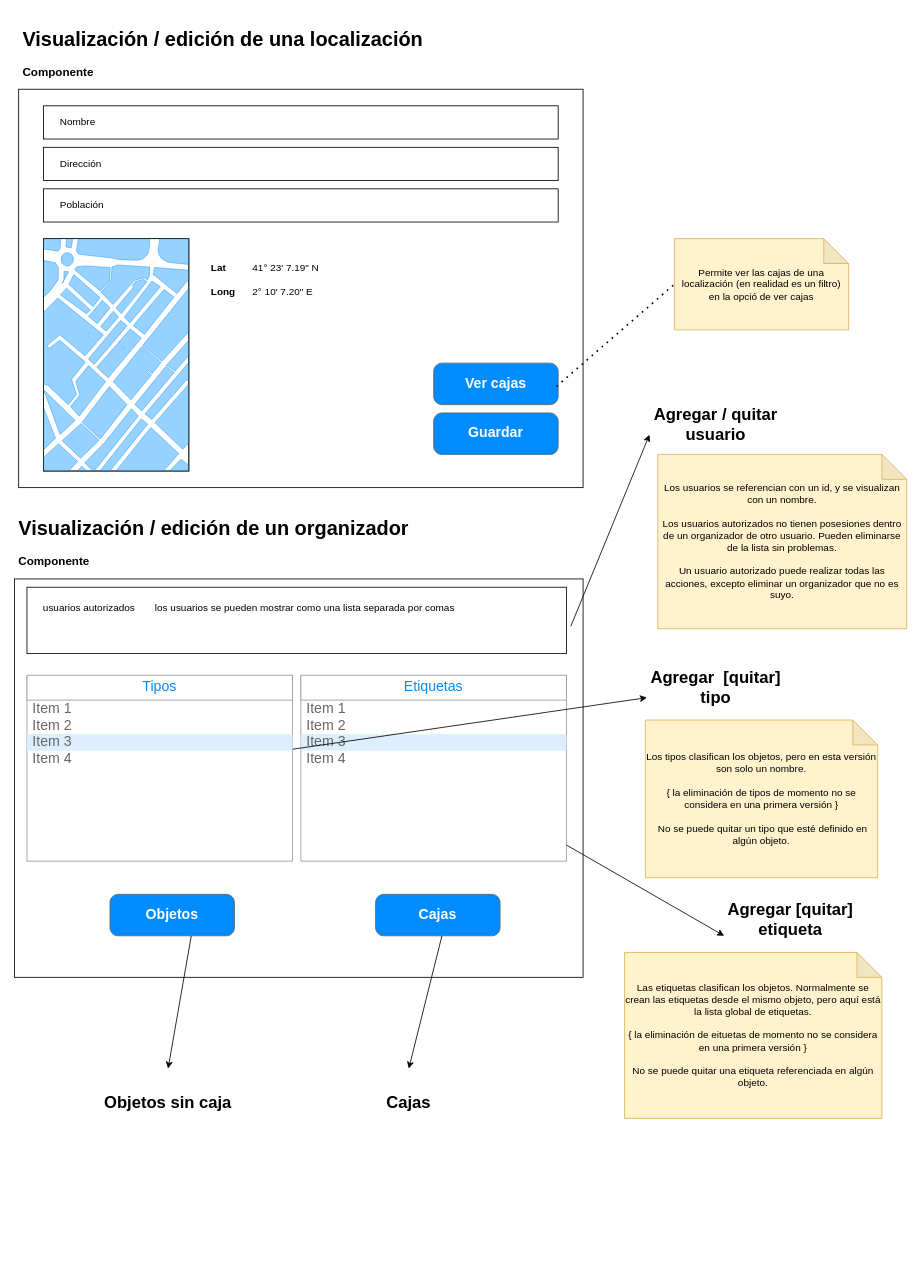
This is doc/wireframe-2.drawio from raxware/ion-manifesto, a draw.io file, before an edit. Source tidied: cells renumbered, new cells numbered last; positions are measured from the earlier drawing's top-left corner, leaving out a move shared by most shapes. Both pictures are drawn from the tidied source at 83%, with x=0, y=0 at pixel (14, 22).
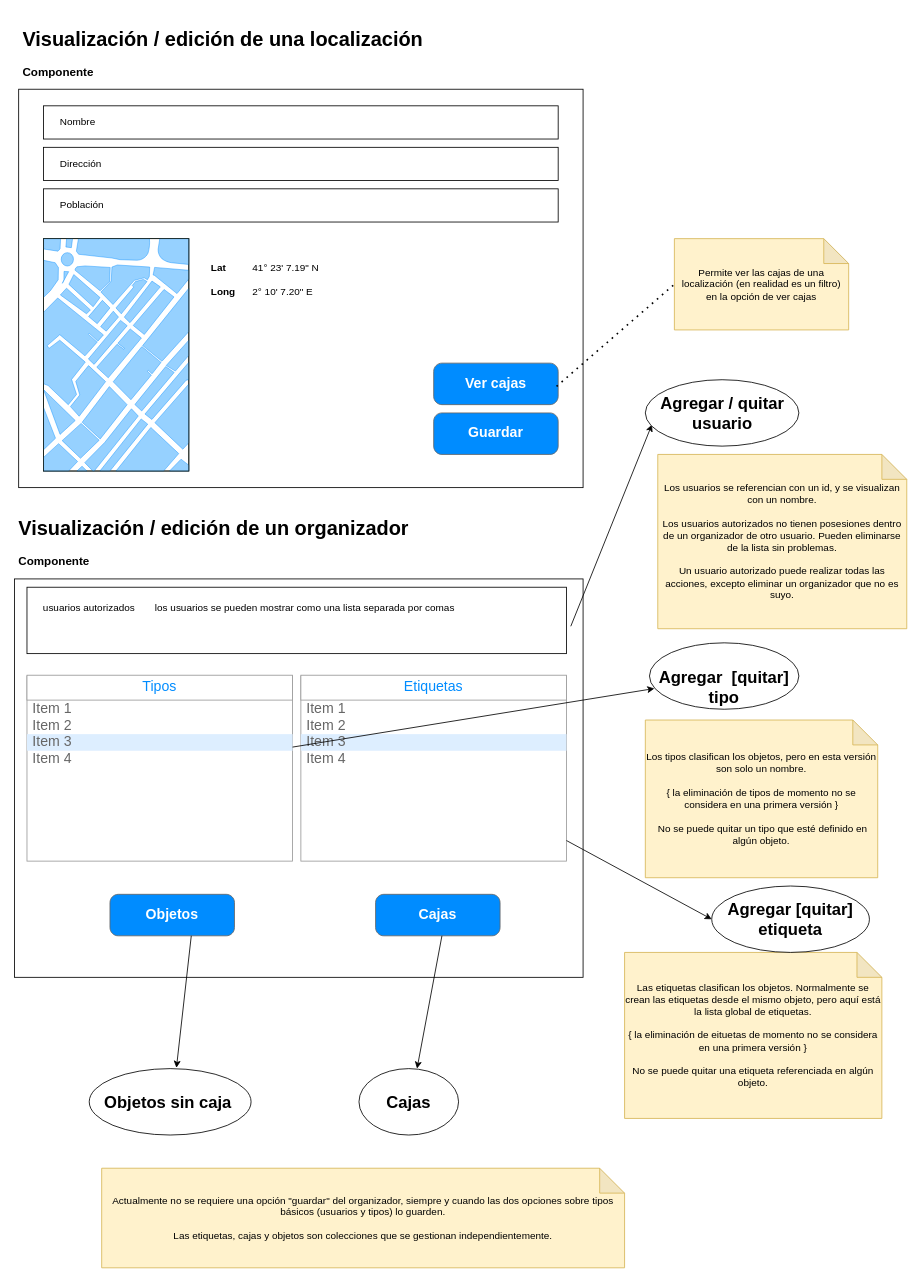
After the change.

Unchanged cells that the change refers to:
```xml
<mxCell id="28" style="rounded=0;whiteSpace=wrap;html=1;" parent="27" vertex="1">
  <mxGeometry width="650" height="80" as="geometry" />
</mxCell>
<mxCell id="32" style="strokeWidth=1;shadow=0;dashed=0;align=center;html=1;shape=mxgraph.mockup.forms.rrect;rSize=0;strokeColor=#999999;fillColor=#ffffff;" parent="1" vertex="1">
  <mxGeometry x="15" y="787" width="320" height="223" as="geometry" />
</mxCell>
<mxCell id="38" style="strokeWidth=1;shadow=0;dashed=0;align=center;html=1;shape=mxgraph.mockup.forms.rrect;rSize=0;strokeColor=#999999;fillColor=#ffffff;" parent="1" vertex="1">
  <mxGeometry x="345" y="787" width="320" height="223" as="geometry" />
</mxCell>
<mxCell id="51" value="Objetos" style="strokeWidth=1;shadow=0;dashed=0;align=center;html=1;shape=mxgraph.mockup.buttons.button;strokeColor=#666666;fontColor=#ffffff;mainText=;buttonStyle=round;fontSize=17;fontStyle=1;fillColor=#008cff;whiteSpace=wrap;" parent="1" vertex="1">
  <mxGeometry x="115" y="1050" width="150" height="50" as="geometry" />
</mxCell>
<mxCell id="52" value="Cajas" style="strokeWidth=1;shadow=0;dashed=0;align=center;html=1;shape=mxgraph.mockup.buttons.button;strokeColor=#666666;fontColor=#ffffff;mainText=;buttonStyle=round;fontSize=17;fontStyle=1;fillColor=#008cff;whiteSpace=wrap;" parent="1" vertex="1">
  <mxGeometry x="435" y="1050" width="150" height="50" as="geometry" />
</mxCell>
```

Change to the diagram source:
```diff
@@
-    <mxCell id="22" value="Permite ver las cajas de una localización (en realidad es un filtro) en la opció de ver cajas" style="shape=note;whiteSpace=wrap;html=1;backgroundOutline=1;darkOpacity=0.05;fillColor=#fff2cc;strokeColor=#d6b656;" parent="1" vertex="1">
+    <mxCell id="22" value="Permite ver las cajas de una localización (en realidad es un filtro) en la opción de ver cajas" style="shape=note;whiteSpace=wrap;html=1;backgroundOutline=1;darkOpacity=0.05;fillColor=#fff2cc;strokeColor=#d6b656;" parent="1" vertex="1">
       <mxGeometry x="795" y="260" width="210" height="110" as="geometry" />
     </mxCell>
@@
-    <mxCell id="26" style="endArrow=classic;html=1;rounded=0;exitX=1.008;exitY=0.588;exitDx=0;exitDy=0;exitPerimeter=0;entryX=0;entryY=0.75;entryDx=0;entryDy=0;" parent="1" edge="1" source="28" target="31">
+    <mxCell id="26" style="endArrow=classic;html=1;rounded=0;exitX=1.008;exitY=0.588;exitDx=0;exitDy=0;exitPerimeter=0;entryX=0.043;entryY=0.675;entryDx=0;entryDy=0;entryPerimeter=0;" parent="1" edge="1" source="28" target="58">
       <mxGeometry relative="1" as="geometry" />
     </mxCell>
@@
-    <mxCell id="31" value="Agregar / quitar usuario" style="text;html=1;strokeColor=none;fillColor=none;align=center;verticalAlign=middle;whiteSpace=wrap;rounded=0;fontSize=20;fontStyle=1;" parent="1" vertex="1">
-      <mxGeometry x="765" y="455" width="160" height="55" as="geometry" />
-    </mxCell>
@@
-    <mxCell id="44" value="Agregar&amp;nbsp; [quitar] tipo" style="text;html=1;strokeColor=none;fillColor=none;align=center;verticalAlign=middle;whiteSpace=wrap;rounded=0;fontSize=20;fontStyle=1;" parent="1" vertex="1">
-      <mxGeometry x="765" y="760" width="160" height="80" as="geometry" />
-    </mxCell>
-    <mxCell id="45" value="Agregar [quitar] etiqueta" style="text;html=1;strokeColor=none;fillColor=none;align=center;verticalAlign=middle;whiteSpace=wrap;rounded=0;fontSize=20;fontStyle=1;" parent="1" vertex="1">
-      <mxGeometry x="855" y="1040" width="160" height="80" as="geometry" />
-    </mxCell>
-    <mxCell id="46" style="endArrow=classic;html=1;rounded=0;entryX=-0.019;entryY=0.663;entryDx=0;entryDy=0;entryPerimeter=0;" parent="1" edge="1" source="32" target="44">
+    <mxCell id="46" style="endArrow=classic;html=1;rounded=0;entryX=0.033;entryY=0.688;entryDx=0;entryDy=0;entryPerimeter=0;" parent="1" edge="1" source="32" target="60">
       <mxGeometry relative="1" as="geometry" />
     </mxCell>
-    <mxCell id="47" style="endArrow=classic;html=1;rounded=0;entryX=0;entryY=0.75;entryDx=0;entryDy=0;" parent="1" edge="1" source="38" target="45">
+    <mxCell id="47" style="endArrow=classic;html=1;rounded=0;entryX=0;entryY=0.5;entryDx=0;entryDy=0;" parent="1" edge="1" source="38" target="66">
       <mxGeometry relative="1" as="geometry" />
     </mxCell>
@@
-    <mxCell id="53" style="endArrow=classic;html=1;rounded=0;exitX=0.653;exitY=1;exitDx=0;exitDy=0;exitPerimeter=0;entryX=0.5;entryY=0;entryDx=0;entryDy=0;" parent="1" edge="1" source="51" target="54">
+    <mxCell id="53" style="endArrow=classic;html=1;rounded=0;exitX=0.653;exitY=1;exitDx=0;exitDy=0;exitPerimeter=0;entryX=0.563;entryY=-0.012;entryDx=0;entryDy=0;entryPerimeter=0;" parent="1" edge="1" source="51" target="54">
       <mxGeometry relative="1" as="geometry" />
     </mxCell>
+    <mxCell id="55" style="endArrow=classic;html=1;rounded=0;exitX=0.533;exitY=1;exitDx=0;exitDy=0;exitPerimeter=0;entryX=0.583;entryY=0;entryDx=0;entryDy=0;entryPerimeter=0;" parent="1" edge="1" source="52" target="62">
+      <mxGeometry relative="1" as="geometry" />
+    </mxCell>
+    <mxCell id="57" style="group;" parent="1" vertex="1">
+      <mxGeometry x="760" y="430" width="185" height="80" as="geometry" />
+    </mxCell>
+    <mxCell id="58" style="ellipse;whiteSpace=wrap;html=1;" parent="57" vertex="1">
+      <mxGeometry width="185" height="80" as="geometry" />
+    </mxCell>
+    <mxCell id="31" value="Agregar / quitar usuario" style="text;html=1;strokeColor=none;fillColor=none;align=center;verticalAlign=middle;whiteSpace=wrap;rounded=0;fontSize=20;fontStyle=1;" parent="57" vertex="1">
+      <mxGeometry x="12.5" y="12.5" width="160" height="55" as="geometry" />
+    </mxCell>
+    <mxCell id="59" style="group;" parent="1" vertex="1">
+      <mxGeometry x="765" y="747" width="180" height="93" as="geometry" />
+    </mxCell>
+    <mxCell id="60" style="ellipse;whiteSpace=wrap;html=1;" parent="59" vertex="1">
+      <mxGeometry width="180" height="80" as="geometry" />
+    </mxCell>
+    <mxCell id="44" value="Agregar&amp;nbsp; [quitar] tipo" style="text;html=1;strokeColor=none;fillColor=none;align=center;verticalAlign=middle;whiteSpace=wrap;rounded=0;fontSize=20;fontStyle=1;" parent="59" vertex="1">
+      <mxGeometry x="10" y="13" width="160" height="80" as="geometry" />
+    </mxCell>
+    <mxCell id="61" style="group;" parent="1" vertex="1">
+      <mxGeometry x="410" y="1260" width="130" height="80" as="geometry" />
+    </mxCell>
+    <mxCell id="62" style="ellipse;whiteSpace=wrap;html=1;" parent="61" vertex="1">
+      <mxGeometry x="5" width="120" height="80" as="geometry" />
+    </mxCell>
+    <mxCell id="56" value="Cajas" style="text;html=1;strokeColor=none;fillColor=none;align=center;verticalAlign=middle;whiteSpace=wrap;rounded=0;fontSize=20;fontStyle=1;" parent="61" vertex="1">
+      <mxGeometry y="10" width="130" height="60" as="geometry" />
+    </mxCell>
+    <mxCell id="63" style="group;" parent="1" vertex="1">
+      <mxGeometry x="90" y="1260" width="195" height="80" as="geometry" />
+    </mxCell>
+    <mxCell id="64" style="ellipse;whiteSpace=wrap;html=1;" parent="63" vertex="1">
+      <mxGeometry width="195" height="80" as="geometry" />
+    </mxCell>
-    <mxCell id="54" value="Objetos sin caja" style="text;html=1;strokeColor=none;fillColor=none;align=center;verticalAlign=middle;whiteSpace=wrap;rounded=0;fontSize=20;fontStyle=1;" parent="1" vertex="1">
-      <mxGeometry x="105" y="1260" width="160" height="80" as="geometry" />
+    <mxCell id="54" value="Objetos sin caja" style="text;html=1;strokeColor=none;fillColor=none;align=center;verticalAlign=middle;whiteSpace=wrap;rounded=0;fontSize=20;fontStyle=1;" parent="63" vertex="1">
+      <mxGeometry x="15" width="160" height="80" as="geometry" />
     </mxCell>
-    <mxCell id="55" style="endArrow=classic;html=1;rounded=0;exitX=0.533;exitY=1;exitDx=0;exitDy=0;exitPerimeter=0;entryX=0.5;entryY=0;entryDx=0;entryDy=0;" parent="1" edge="1" source="52" target="56">
-      <mxGeometry relative="1" as="geometry" />
-    </mxCell>
-    <mxCell id="56" value="Cajas" style="text;html=1;strokeColor=none;fillColor=none;align=center;verticalAlign=middle;whiteSpace=wrap;rounded=0;fontSize=20;fontStyle=1;" parent="1" vertex="1">
-      <mxGeometry x="395" y="1260" width="160" height="80" as="geometry" />
-    </mxCell>
+    <mxCell id="65" style="group;" parent="1" vertex="1">
+      <mxGeometry x="840" y="1040" width="190" height="80" as="geometry" />
+    </mxCell>
+    <mxCell id="66" style="ellipse;whiteSpace=wrap;html=1;" parent="65" vertex="1">
+      <mxGeometry width="190" height="80" as="geometry" />
+    </mxCell>
+    <mxCell id="45" value="Agregar [quitar] etiqueta" style="text;html=1;strokeColor=none;fillColor=none;align=center;verticalAlign=middle;whiteSpace=wrap;rounded=0;fontSize=20;fontStyle=1;" parent="65" vertex="1">
+      <mxGeometry x="15" width="160" height="80" as="geometry" />
+    </mxCell>
+    <mxCell id="67" value="Actualmente no se requiere una opción &quot;guardar&quot; del organizador, siempre y cuando las dos opciones sobre tipos básicos (usuarios y tipos) lo guarden.&lt;br&gt;&lt;br&gt;Las etiquetas, cajas y objetos son colecciones que se gestionan independientemente." style="shape=note;whiteSpace=wrap;html=1;backgroundOutline=1;darkOpacity=0.05;fillColor=#fff2cc;strokeColor=#d6b656;" parent="1" vertex="1">
+      <mxGeometry x="105" y="1380" width="630" height="120" as="geometry" />
+    </mxCell>
```
